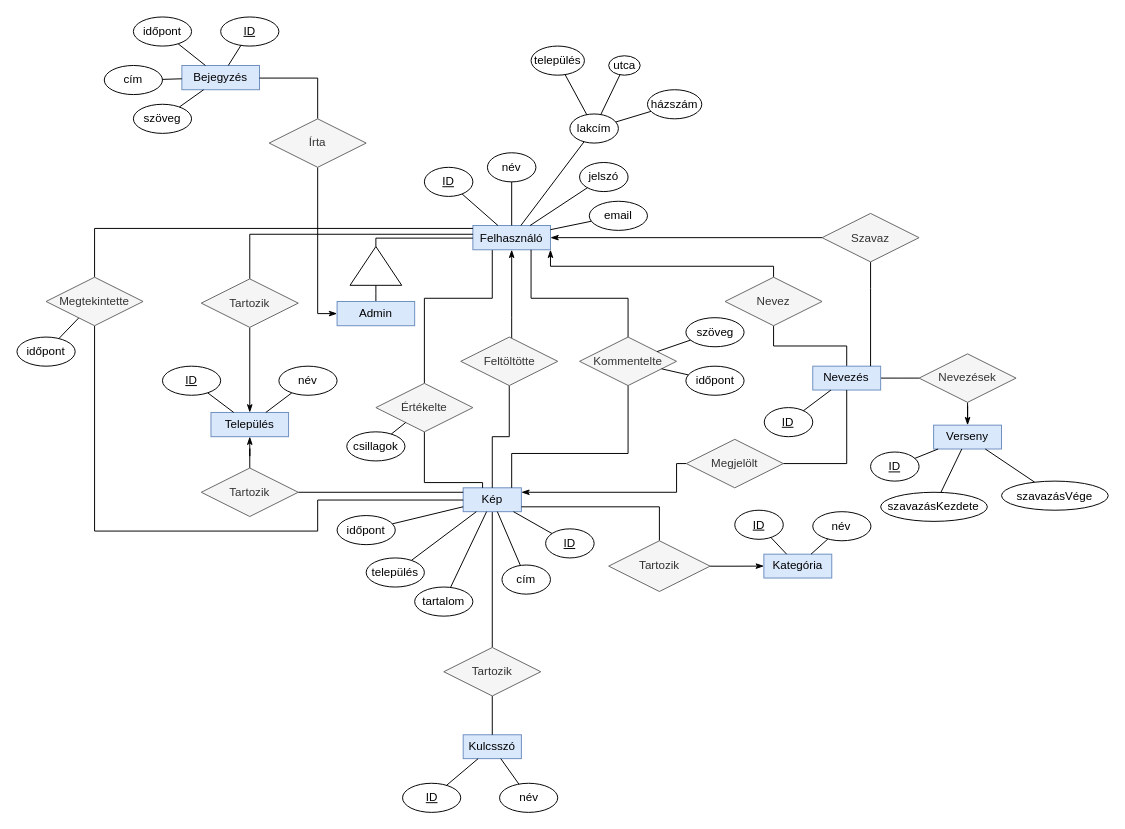
This is doc/egyedkapcsolat.drawio from 7FroSty/fenykepalbum, a draw.io file, before an edit. Source tidied: cells renumbered, new cells numbered last; positions are measured from the earlier drawing's top-left corner, leaving out a move shared by most shapes. Both pictures are drawn from the tidied source at 97%, with x=0, y=0 at pixel (16, 16).
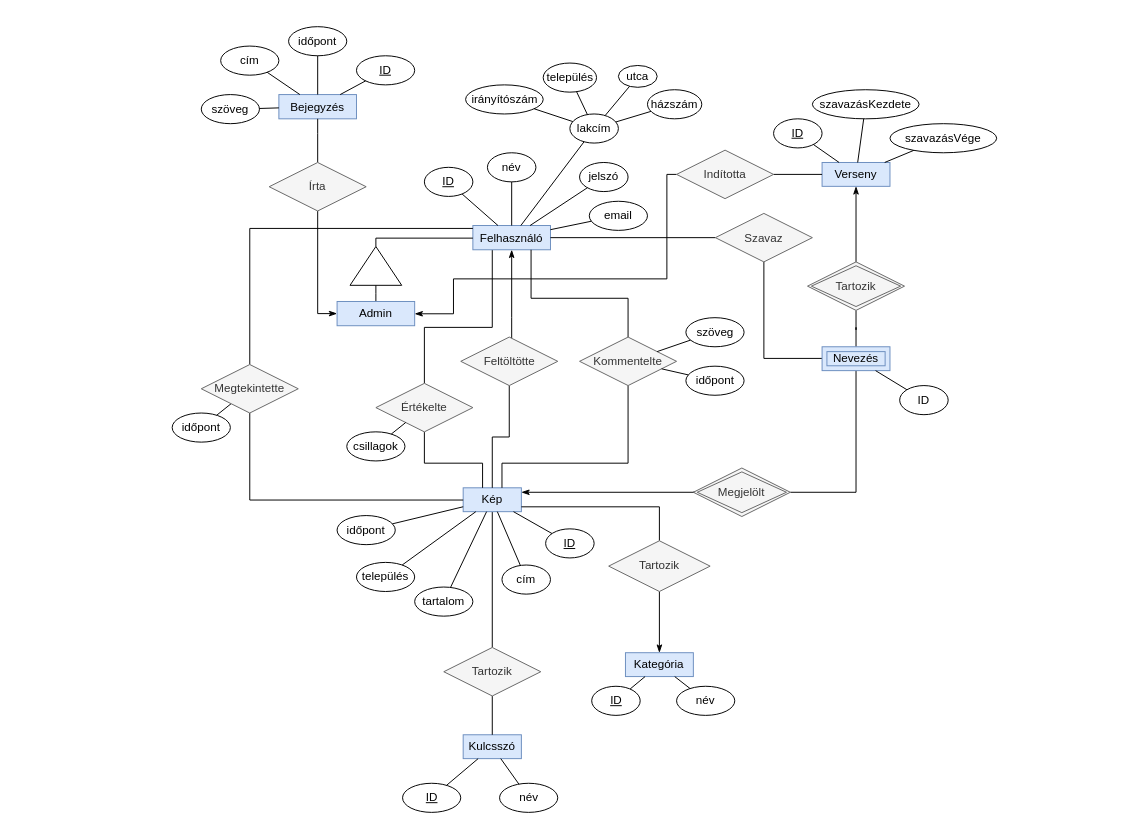
The same page after the edit.

Commit message (it also covers changes not shown here):
EK Diagram, leképezés, táblák

Unchanged cells that the change refers to:
```xml
<mxCell id="3" value="Felhasználó" style="whiteSpace=wrap;html=1;align=center;fillColor=#dae8fc;strokeColor=#6c8ebf;" parent="1" vertex="1">
  <mxGeometry x="470" y="215" width="80" height="25" as="geometry" />
</mxCell>
<mxCell id="8" value="lakcím" style="ellipse;whiteSpace=wrap;html=1;align=center;" parent="1" vertex="1">
  <mxGeometry x="570" y="100" width="50" height="30" as="geometry" />
</mxCell>
<mxCell id="21" value="Kép" style="whiteSpace=wrap;html=1;align=center;fillColor=#dae8fc;strokeColor=#6c8ebf;" parent="1" vertex="1">
  <mxGeometry x="460" y="485.4" width="60" height="24.6" as="geometry" />
</mxCell>
<mxCell id="39" value="Értékelte" style="shape=rhombus;perimeter=rhombusPerimeter;whiteSpace=wrap;html=1;align=center;fillColor=#f5f5f5;strokeColor=#666666;fontColor=#333333;" parent="1" vertex="1">
  <mxGeometry x="370" y="377.7" width="100" height="50" as="geometry" />
</mxCell>
<mxCell id="44" value="Kommentelte" style="shape=rhombus;perimeter=rhombusPerimeter;whiteSpace=wrap;html=1;align=center;fillColor=#f5f5f5;strokeColor=#666666;fontColor=#333333;" parent="1" vertex="1">
  <mxGeometry x="580" y="330" width="100" height="50" as="geometry" />
</mxCell>
<mxCell id="51" value="Feltöltötte" style="shape=rhombus;perimeter=rhombusPerimeter;whiteSpace=wrap;html=1;align=center;fillColor=#f5f5f5;strokeColor=#666666;fontColor=#333333;" parent="1" vertex="1">
  <mxGeometry x="457.5" y="330" width="100" height="50" as="geometry" />
</mxCell>
<mxCell id="56" value="Admin" style="whiteSpace=wrap;html=1;align=center;fillColor=#dae8fc;strokeColor=#6c8ebf;" parent="1" vertex="1">
  <mxGeometry x="330" y="293.3" width="80" height="25" as="geometry" />
</mxCell>
```

The edit, as a diff of the source:
```diff
@@
     <mxCell id="2" style="edgeStyle=orthogonalEdgeStyle;rounded=0;jettySize=auto;html=1;entryX=0.5;entryY=0;entryDx=0;entryDy=0;startArrow=none;startFill=0;endArrow=none;endFill=0;" parent="1" edge="1" source="3" target="39">
       <mxGeometry relative="1" as="geometry">
         <Array as="points">
-          <mxPoint x="490" y="290" />
-          <mxPoint x="420" y="290" />
+          <mxPoint x="490" y="320" />
+          <mxPoint x="420" y="320" />
         </Array>
       </mxGeometry>
     </mxCell>
@@
     <mxCell id="14" value="település" style="ellipse;whiteSpace=wrap;html=1;align=center;" parent="1" vertex="1">
-      <mxGeometry x="530" y="30" width="55" height="30" as="geometry" />
+      <mxGeometry x="542.5" y="47.5" width="55" height="30" as="geometry" />
     </mxCell>
     <mxCell id="15" value="utca" style="ellipse;whiteSpace=wrap;html=1;align=center;" parent="1" vertex="1">
-      <mxGeometry x="610" y="40" width="32.5" height="20" as="geometry" />
+      <mxGeometry x="620" y="50" width="40" height="22.5" as="geometry" />
     </mxCell>
@@
     <mxCell id="25" value="település" style="ellipse;whiteSpace=wrap;html=1;align=center;" parent="1" vertex="1">
-      <mxGeometry x="360" y="557.7" width="60" height="30" as="geometry" />
+      <mxGeometry x="350" y="562.3" width="60" height="30" as="geometry" />
     </mxCell>
@@
     <mxCell id="30" value="Kategória" style="whiteSpace=wrap;html=1;align=center;fillColor=#dae8fc;strokeColor=#6c8ebf;" parent="1" vertex="1">
-      <mxGeometry x="770" y="553.8" width="70" height="24.6" as="geometry" />
+      <mxGeometry x="627.3" y="655.4" width="70" height="24.6" as="geometry" />
     </mxCell>
     <mxCell id="31" value="ID" style="ellipse;whiteSpace=wrap;html=1;align=center;fontStyle=4;" parent="1" vertex="1">
-      <mxGeometry x="740" y="508.5" width="50" height="30" as="geometry" />
+      <mxGeometry x="592.5" y="690" width="50" height="30" as="geometry" />
     </mxCell>
     <mxCell id="32" value="név" style="ellipse;whiteSpace=wrap;html=1;align=center;" parent="1" vertex="1">
-      <mxGeometry x="820.4" y="510" width="60" height="30" as="geometry" />
+      <mxGeometry x="680" y="690" width="60" height="30" as="geometry" />
     </mxCell>
@@
     <mxCell id="38" style="edgeStyle=orthogonalEdgeStyle;rounded=0;jettySize=auto;html=1;startArrow=none;startFill=0;endArrow=none;endFill=0;" parent="1" edge="1" source="39" target="21">
       <mxGeometry relative="1" as="geometry">
         <Array as="points">
-          <mxPoint x="420" y="480" />
-          <mxPoint x="480" y="480" />
+          <mxPoint x="420" y="460" />
+          <mxPoint x="480" y="460" />
         </Array>
       </mxGeometry>
     </mxCell>
@@
     <mxCell id="43" style="edgeStyle=orthogonalEdgeStyle;rounded=0;jettySize=auto;html=1;startArrow=none;startFill=0;endArrow=none;endFill=0;" parent="1" edge="1" source="44" target="21">
       <mxGeometry relative="1" as="geometry">
         <Array as="points">
-          <mxPoint x="630" y="450" />
-          <mxPoint x="510" y="450" />
+          <mxPoint x="630" y="460" />
+          <mxPoint x="500" y="460" />
         </Array>
       </mxGeometry>
     </mxCell>
@@
     <mxCell id="50" style="edgeStyle=orthogonalEdgeStyle;rounded=0;jettySize=auto;html=1;startArrow=none;startFill=0;endArrow=none;endFill=0;" parent="1" edge="1" source="51" target="21">
-      <mxGeometry relative="1" as="geometry" />
+      <mxGeometry relative="1" as="geometry">
+        <Array as="points">
+          <mxPoint x="508" y="433" />
+          <mxPoint x="490" y="433" />
+        </Array>
+      </mxGeometry>
     </mxCell>
@@
     <mxCell id="57" value="Verseny" style="whiteSpace=wrap;html=1;align=center;fillColor=#dae8fc;strokeColor=#6c8ebf;" parent="1" vertex="1">
-      <mxGeometry x="945" y="420.8" width="70" height="24.6" as="geometry" />
+      <mxGeometry x="830" y="150" width="70" height="24.6" as="geometry" />
     </mxCell>
-    <mxCell id="58" style="edgeStyle=orthogonalEdgeStyle;rounded=0;jettySize=auto;html=1;startArrow=none;startFill=0;endArrow=none;endFill=0;" parent="1" edge="1" source="60" target="66">
+    <mxCell id="58" style="edgeStyle=orthogonalEdgeStyle;rounded=0;jettySize=auto;html=1;startArrow=none;startFill=0;endArrow=none;endFill=0;" parent="1" edge="1" source="71" target="66">
       <mxGeometry relative="1" as="geometry" />
     </mxCell>
-    <mxCell id="59" style="edgeStyle=orthogonalEdgeStyle;rounded=0;jettySize=auto;html=1;startArrow=none;startFill=0;endArrow=classicThin;endFill=1;" parent="1" edge="1" source="60" target="3">
-      <mxGeometry relative="1" as="geometry">
-        <Array as="points">
-          <mxPoint x="550" y="257" />
-        </Array>
-      </mxGeometry>
-    </mxCell>
-    <mxCell id="60" value="Nevez" style="shape=rhombus;perimeter=rhombusPerimeter;whiteSpace=wrap;html=1;align=center;fillColor=#f5f5f5;strokeColor=#666666;fontColor=#333333;" parent="1" vertex="1">
-      <mxGeometry x="730" y="268.3" width="100" height="50" as="geometry" />
-    </mxCell>
     <mxCell id="61" value="szavazásKezdete" style="ellipse;whiteSpace=wrap;html=1;align=center;" parent="1" vertex="1">
-      <mxGeometry x="890.4" y="490" width="110" height="30" as="geometry" />
+      <mxGeometry x="820" y="75" width="110" height="30" as="geometry" />
     </mxCell>
     <mxCell id="62" value="szavazásVége" style="ellipse;whiteSpace=wrap;html=1;align=center;" parent="1" vertex="1">
-      <mxGeometry x="1015" y="478.5" width="110" height="30" as="geometry" />
+      <mxGeometry x="900" y="110" width="110" height="30" as="geometry" />
     </mxCell>
@@
-    <mxCell id="65" style="edgeStyle=orthogonalEdgeStyle;rounded=0;jettySize=auto;html=1;entryX=0;entryY=0.5;entryDx=0;entryDy=0;startArrow=none;startFill=0;endArrow=none;endFill=0;" parent="1" edge="1" source="66" target="71">
-      <mxGeometry relative="1" as="geometry" />
-    </mxCell>
-    <mxCell id="66" value="Nevezés" style="whiteSpace=wrap;html=1;align=center;fillColor=#dae8fc;strokeColor=#6c8ebf;" parent="1" vertex="1">
-      <mxGeometry x="820.4" y="360" width="70" height="24.6" as="geometry" />
-    </mxCell>
-    <mxCell id="67" style="edgeStyle=orthogonalEdgeStyle;rounded=0;jettySize=auto;html=1;startArrow=none;startFill=0;endArrow=classicThin;endFill=1;" parent="1" edge="1" source="69" target="21">
+    <mxCell id="67" style="edgeStyle=orthogonalEdgeStyle;rounded=0;jettySize=auto;html=1;startArrow=none;startFill=0;endArrow=classicThin;endFill=1;exitX=0;exitY=0.5;exitDx=0;exitDy=0;" parent="1" edge="1" source="69" target="21">
       <mxGeometry relative="1" as="geometry">
         <Array as="points">
-          <mxPoint x="680" y="460" />
-          <mxPoint x="680" y="490" />
+          <mxPoint x="710" y="490" />
+          <mxPoint x="710" y="490" />
         </Array>
       </mxGeometry>
     </mxCell>
@@
-    <mxCell id="69" value="Megjelölt" style="shape=rhombus;perimeter=rhombusPerimeter;whiteSpace=wrap;html=1;align=center;fillColor=#f5f5f5;strokeColor=#666666;fontColor=#333333;" parent="1" vertex="1">
-      <mxGeometry x="690" y="435.4" width="100" height="50" as="geometry" />
+    <mxCell id="69" value="Megjelölt" style="shape=rhombus;perimeter=rhombusPerimeter;whiteSpace=wrap;html=1;align=center;fillColor=#f5f5f5;strokeColor=#666666;fontColor=#333333;double=1;" parent="1" vertex="1">
+      <mxGeometry x="697.3" y="465" width="100" height="50" as="geometry" />
     </mxCell>
@@
-    <mxCell id="71" value="Nevezések" style="shape=rhombus;perimeter=rhombusPerimeter;whiteSpace=wrap;html=1;align=center;fillColor=#f5f5f5;strokeColor=#666666;fontColor=#333333;" parent="1" vertex="1">
-      <mxGeometry x="930" y="347.3" width="100" height="50" as="geometry" />
-    </mxCell>
-    <mxCell id="72" style="edgeStyle=orthogonalEdgeStyle;rounded=0;jettySize=auto;html=1;startArrow=none;startFill=0;endArrow=classicThin;endFill=1;" parent="1" edge="1" source="74" target="3">
+    <mxCell id="72" style="edgeStyle=orthogonalEdgeStyle;rounded=0;jettySize=auto;html=1;startArrow=none;startFill=0;endArrow=none;endFill=0;" parent="1" edge="1" source="74" target="3">
       <mxGeometry relative="1" as="geometry" />
     </mxCell>
     <mxCell id="73" style="edgeStyle=orthogonalEdgeStyle;rounded=0;jettySize=auto;html=1;startArrow=none;startFill=0;endArrow=none;endFill=0;" parent="1" edge="1" source="74" target="66">
       <mxGeometry relative="1" as="geometry">
         <Array as="points">
-          <mxPoint x="880" y="280" />
-          <mxPoint x="880" y="280" />
+          <mxPoint x="770" y="352" />
         </Array>
       </mxGeometry>
     </mxCell>
     <mxCell id="74" value="Szavaz" style="shape=rhombus;perimeter=rhombusPerimeter;whiteSpace=wrap;html=1;align=center;fillColor=#f5f5f5;strokeColor=#666666;fontColor=#333333;" parent="1" vertex="1">
-      <mxGeometry x="830" y="202.5" width="100" height="50" as="geometry" />
+      <mxGeometry x="720" y="202.5" width="100" height="50" as="geometry" />
     </mxCell>
     <mxCell id="75" value="ID" style="ellipse;whiteSpace=wrap;html=1;align=center;fontStyle=4;" parent="1" vertex="1">
-      <mxGeometry x="880" y="448.5" width="50" height="30" as="geometry" />
+      <mxGeometry x="780" y="105" width="50" height="30" as="geometry" />
     </mxCell>
@@
-    <mxCell id="77" value="ID" style="ellipse;whiteSpace=wrap;html=1;align=center;fontStyle=4;" parent="1" vertex="1">
-      <mxGeometry x="770.4" y="402.7" width="50" height="30" as="geometry" />
+    <mxCell id="77" value="ID" style="ellipse;whiteSpace=wrap;html=1;align=center;fontStyle=0;" parent="1" vertex="1">
+      <mxGeometry x="910" y="380" width="50" height="30" as="geometry" />
     </mxCell>
-    <mxCell id="78" style="endArrow=none;html=1;" parent="1" edge="1" source="77" target="66">
-      <mxGeometry relative="1" as="geometry" />
-    </mxCell>
@@
-    <mxCell id="86" value="Település" style="whiteSpace=wrap;html=1;align=center;fillColor=#dae8fc;strokeColor=#6c8ebf;" parent="1" vertex="1">
-      <mxGeometry x="200" y="407.7" width="80" height="25" as="geometry" />
-    </mxCell>
-    <mxCell id="87" style="edgeStyle=orthogonalEdgeStyle;rounded=0;jettySize=auto;html=1;entryX=0.5;entryY=0;entryDx=0;entryDy=0;endArrow=none;endFill=0;" parent="1" edge="1" source="3" target="89">
-      <mxGeometry relative="1" as="geometry">
-        <Array as="points">
-          <mxPoint x="240" y="224" />
-        </Array>
-      </mxGeometry>
-    </mxCell>
-    <mxCell id="88" style="edgeStyle=orthogonalEdgeStyle;rounded=0;jettySize=auto;html=1;endArrow=classicThin;endFill=1;" parent="1" edge="1" source="89" target="86">
-      <mxGeometry relative="1" as="geometry" />
-    </mxCell>
-    <mxCell id="89" value="Tartozik" style="shape=rhombus;perimeter=rhombusPerimeter;whiteSpace=wrap;html=1;align=center;fillColor=#f5f5f5;strokeColor=#666666;fontColor=#333333;" parent="1" vertex="1">
-      <mxGeometry x="190" y="270" width="100" height="50" as="geometry" />
-    </mxCell>
-    <mxCell id="90" style="edgeStyle=orthogonalEdgeStyle;rounded=0;jettySize=auto;html=1;entryX=0.5;entryY=0;entryDx=0;entryDy=0;endArrow=none;endFill=0;startArrow=classicThin;startFill=1;" parent="1" edge="1" source="86" target="92">
-      <mxGeometry relative="1" as="geometry" />
-    </mxCell>
-    <mxCell id="91" style="edgeStyle=orthogonalEdgeStyle;rounded=0;jettySize=auto;html=1;endArrow=none;endFill=0;exitX=1;exitY=0.5;exitDx=0;exitDy=0;" parent="1" edge="1" source="92" target="21">
-      <mxGeometry relative="1" as="geometry">
-        <Array as="points">
-          <mxPoint x="290" y="490" />
-        </Array>
-      </mxGeometry>
-    </mxCell>
-    <mxCell id="92" value="Tartozik" style="shape=rhombus;perimeter=rhombusPerimeter;whiteSpace=wrap;html=1;align=center;fillColor=#f5f5f5;strokeColor=#666666;fontColor=#333333;" parent="1" vertex="1">
-      <mxGeometry x="190" y="465" width="100" height="50" as="geometry" />
-    </mxCell>
-    <mxCell id="93" value="név" style="ellipse;whiteSpace=wrap;html=1;align=center;" parent="1" vertex="1">
-      <mxGeometry x="270" y="360" width="60" height="30" as="geometry" />
-    </mxCell>
-    <mxCell id="94" style="endArrow=none;html=1;rounded=0;" parent="1" edge="1" source="86" target="93">
-      <mxGeometry relative="1" as="geometry" />
-    </mxCell>
-    <mxCell id="95" value="ID" style="ellipse;whiteSpace=wrap;html=1;align=center;fontStyle=4;" parent="1" vertex="1">
-      <mxGeometry x="150" y="360" width="60" height="30" as="geometry" />
-    </mxCell>
-    <mxCell id="96" style="endArrow=none;html=1;rounded=0;" parent="1" edge="1" source="86" target="95">
-      <mxGeometry relative="1" as="geometry" />
-    </mxCell>
     <mxCell id="97" value="időpont" style="ellipse;whiteSpace=wrap;html=1;align=center;" parent="1" vertex="1">
-      <mxGeometry y="330" width="60" height="30" as="geometry" />
+      <mxGeometry x="160" y="408.3" width="60" height="30" as="geometry" />
     </mxCell>
@@
-    <mxCell id="99" style="edgeStyle=orthogonalEdgeStyle;rounded=0;jettySize=auto;html=1;startArrow=none;startFill=0;endArrow=none;endFill=0;" parent="1" edge="1" source="101" target="3">
+    <mxCell id="99" style="edgeStyle=orthogonalEdgeStyle;rounded=0;jettySize=auto;html=1;startArrow=none;startFill=0;endArrow=none;endFill=0;exitX=0.5;exitY=0;exitDx=0;exitDy=0;" parent="1" edge="1" source="101" target="3">
       <mxGeometry relative="1" as="geometry">
         <Array as="points">
-          <mxPoint x="80" y="218" />
+          <mxPoint x="240" y="218" />
         </Array>
       </mxGeometry>
     </mxCell>
     <mxCell id="100" style="edgeStyle=orthogonalEdgeStyle;rounded=0;jettySize=auto;html=1;startArrow=none;startFill=0;endArrow=none;endFill=0;" parent="1" edge="1" source="101" target="21">
       <mxGeometry relative="1" as="geometry">
         <Array as="points">
-          <mxPoint x="80" y="530" />
-          <mxPoint x="310" y="530" />
-          <mxPoint x="310" y="498" />
+          <mxPoint x="240" y="498" />
         </Array>
       </mxGeometry>
     </mxCell>
     <mxCell id="101" value="Megtekintette" style="shape=rhombus;perimeter=rhombusPerimeter;whiteSpace=wrap;html=1;align=center;fillColor=#f5f5f5;strokeColor=#666666;fontColor=#333333;" parent="1" vertex="1">
-      <mxGeometry x="30" y="268.3" width="100" height="50" as="geometry" />
+      <mxGeometry x="190" y="358.3" width="100" height="50" as="geometry" />
     </mxCell>
     <mxCell id="102" value="Bejegyzés" style="whiteSpace=wrap;html=1;align=center;fillColor=#dae8fc;strokeColor=#6c8ebf;" parent="1" vertex="1">
-      <mxGeometry x="170" y="50" width="80" height="25" as="geometry" />
+      <mxGeometry x="270" y="80" width="80" height="25" as="geometry" />
     </mxCell>
     <mxCell id="103" value="ID" style="ellipse;whiteSpace=wrap;html=1;align=center;fontStyle=4;" parent="1" vertex="1">
-      <mxGeometry x="210" width="60" height="30" as="geometry" />
+      <mxGeometry x="350" y="40" width="60" height="30" as="geometry" />
     </mxCell>
@@
     <mxCell id="105" value="időpont" style="ellipse;whiteSpace=wrap;html=1;align=center;" parent="1" vertex="1">
-      <mxGeometry x="120" width="60" height="30" as="geometry" />
+      <mxGeometry x="280" y="10" width="60" height="30" as="geometry" />
     </mxCell>
@@
     <mxCell id="107" style="edgeStyle=orthogonalEdgeStyle;rounded=0;jettySize=auto;html=1;startArrow=none;startFill=0;endArrow=none;endFill=0;" parent="1" edge="1" source="108" target="102">
       <mxGeometry relative="1" as="geometry">
         <Array as="points">
-          <mxPoint x="310" y="63" />
+          <mxPoint x="310" y="120" />
+          <mxPoint x="310" y="120" />
         </Array>
       </mxGeometry>
     </mxCell>
     <mxCell id="108" value="Írta" style="shape=rhombus;perimeter=rhombusPerimeter;whiteSpace=wrap;html=1;align=center;fillColor=#f5f5f5;strokeColor=#666666;fontColor=#333333;" parent="1" vertex="1">
-      <mxGeometry x="260" y="105" width="100" height="50" as="geometry" />
+      <mxGeometry x="260" y="150" width="100" height="50" as="geometry" />
     </mxCell>
@@
     <mxCell id="111" value="cím" style="ellipse;whiteSpace=wrap;html=1;align=center;" parent="1" vertex="1">
-      <mxGeometry x="90" y="50" width="60" height="30" as="geometry" />
+      <mxGeometry x="210" y="30" width="60" height="30" as="geometry" />
     </mxCell>
@@
     <mxCell id="113" value="szöveg" style="ellipse;whiteSpace=wrap;html=1;align=center;" parent="1" vertex="1">
-      <mxGeometry x="120" y="90" width="60" height="30" as="geometry" />
+      <mxGeometry x="190" y="80" width="60" height="30" as="geometry" />
     </mxCell>
@@
+    <mxCell id="71" value="Tartozik" style="shape=rhombus;perimeter=rhombusPerimeter;whiteSpace=wrap;html=1;align=center;fillColor=#f5f5f5;strokeColor=#666666;fontColor=#333333;double=1;" parent="1" vertex="1">
+      <mxGeometry x="815" y="252.5" width="100" height="50" as="geometry" />
+    </mxCell>
+    <mxCell id="66" value="Nevezés" style="shape=ext;margin=3;double=1;whiteSpace=wrap;html=1;align=center;rounded=0;shadow=0;glass=0;sketch=0;fillColor=#dae8fc;strokeColor=#6c8ebf;" parent="1" vertex="1">
+      <mxGeometry x="830" y="340" width="70" height="24.6" as="geometry" />
+    </mxCell>
+    <mxCell id="78" style="endArrow=none;html=1;" parent="1" edge="1" source="77" target="66">
+      <mxGeometry relative="1" as="geometry" />
+    </mxCell>
+    <mxCell id="115" style="edgeStyle=orthogonalEdgeStyle;rounded=0;jettySize=auto;html=1;endArrow=none;endFill=0;" parent="1" edge="1" source="117" target="57">
+      <mxGeometry relative="1" as="geometry" />
+    </mxCell>
+    <mxCell id="116" style="edgeStyle=orthogonalEdgeStyle;rounded=0;jettySize=auto;html=1;endArrow=classicThin;endFill=1;exitX=0;exitY=0.5;exitDx=0;exitDy=0;" parent="1" edge="1" source="117" target="56">
+      <mxGeometry relative="1" as="geometry">
+        <Array as="points">
+          <mxPoint x="670" y="162" />
+          <mxPoint x="670" y="270" />
+          <mxPoint x="450" y="270" />
+          <mxPoint x="450" y="306" />
+        </Array>
+      </mxGeometry>
+    </mxCell>
+    <mxCell id="117" value="Indította" style="shape=rhombus;perimeter=rhombusPerimeter;whiteSpace=wrap;html=1;align=center;fillColor=#f5f5f5;strokeColor=#666666;fontColor=#333333;" parent="1" vertex="1">
+      <mxGeometry x="680" y="137.3" width="100" height="50" as="geometry" />
+    </mxCell>
+    <mxCell id="118" value="irányítószám" style="ellipse;whiteSpace=wrap;html=1;align=center;" parent="1" vertex="1">
+      <mxGeometry x="462.5" y="70" width="80" height="30" as="geometry" />
+    </mxCell>
+    <mxCell id="119" style="endArrow=none;html=1;rounded=0;" parent="1" edge="1" source="118" target="8">
+      <mxGeometry relative="1" as="geometry" />
+    </mxCell>
```
